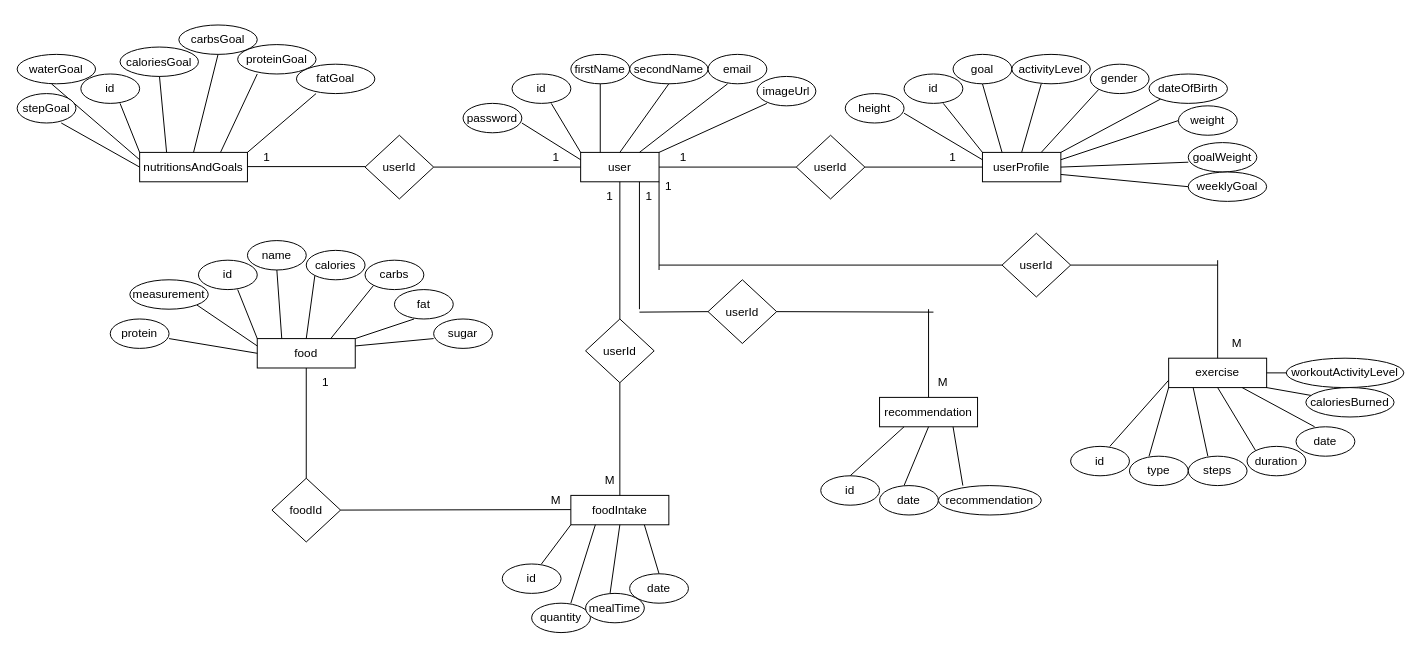
Above: dw_information/documentation_everything/ERD_HB.drawio in v-petrov/DW_HealthBody-Mind (draw.io), before the change. Source tidied: cells renumbered, new cells numbered last; positions are measured from the earlier drawing's top-left corner, leaving out a move shared by most shapes. Both pictures are drawn from the tidied source at 98%, with x=0, y=0 at pixel (17, 24).
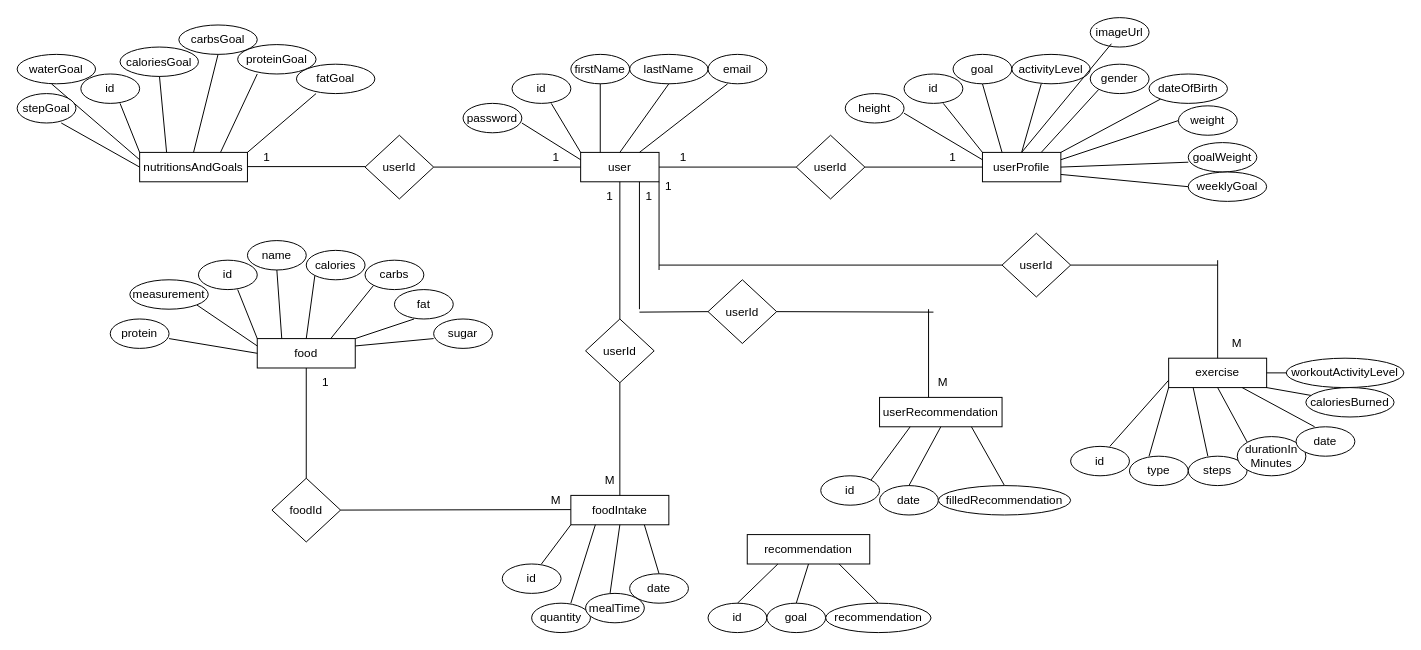
Above is the later version.

The change refers to these unchanged cells:
```xml
<mxCell id="2" value="user" style="rounded=0;whiteSpace=wrap;html=1;" parent="1" vertex="1">
  <mxGeometry x="575" y="130" width="80" height="30" as="geometry" />
</mxCell>
<mxCell id="13" value="userProfile" style="rounded=0;whiteSpace=wrap;html=1;" parent="1" vertex="1">
  <mxGeometry x="985" y="130" width="80" height="30" as="geometry" />
</mxCell>
<mxCell id="94" value="id" style="ellipse;whiteSpace=wrap;html=1;" parent="1" vertex="1">
  <mxGeometry x="820" y="460" width="60" height="30" as="geometry" />
</mxCell>
<mxCell id="96" value="date" style="ellipse;whiteSpace=wrap;html=1;" parent="1" vertex="1">
  <mxGeometry x="880" y="470" width="60" height="30" as="geometry" />
</mxCell>
<mxCell id="130" value="M" style="text;html=1;align=center;verticalAlign=middle;whiteSpace=wrap;rounded=0;" parent="1" vertex="1">
  <mxGeometry x="915" y="350" width="60" height="30" as="geometry" />
</mxCell>
```

Change to the diagram source:
```diff
@@
-    <mxCell id="7" value="secondName" style="ellipse;whiteSpace=wrap;html=1;" parent="1" vertex="1">
+    <mxCell id="7" value="lastName" style="ellipse;whiteSpace=wrap;html=1;" parent="1" vertex="1">
       <mxGeometry x="625" y="30" width="80" height="30" as="geometry" />
     </mxCell>
@@
-    <mxCell id="33" style="endArrow=none;html=1;rounded=0;exitX=1;exitY=0;exitDx=0;exitDy=0;" parent="1" edge="1" source="2">
-      <mxGeometry relative="1" as="geometry">
-        <mxPoint x="765" y="80" as="targetPoint" />
-      </mxGeometry>
-    </mxCell>
     <mxCell id="34" value="imageUrl" style="ellipse;whiteSpace=wrap;html=1;" parent="1" vertex="1">
-      <mxGeometry x="755" y="52.5" width="60" height="30" as="geometry" />
+      <mxGeometry x="1095" y="-7.5" width="60" height="30" as="geometry" />
     </mxCell>
@@
-    <mxCell id="87" value="recommendation" style="rounded=0;whiteSpace=wrap;html=1;" parent="1" vertex="1">
-      <mxGeometry x="880" y="380" width="100" height="30" as="geometry" />
+    <mxCell id="87" value="userRecommendation" style="rounded=0;whiteSpace=wrap;html=1;" parent="1" vertex="1">
+      <mxGeometry x="880" y="380" width="125" height="30" as="geometry" />
     </mxCell>
@@
-    <mxCell id="92" style="endArrow=none;html=1;rounded=0;exitX=0.5;exitY=0;exitDx=0;exitDy=0;" parent="1" edge="1" source="87">
+    <mxCell id="92" style="endArrow=none;html=1;rounded=0;exitX=0.25;exitY=1;exitDx=0;exitDy=0;" parent="1" edge="1" source="130">
       <mxGeometry relative="1" as="geometry">
         <mxPoint x="930" y="290" as="targetPoint" />
       </mxGeometry>
     </mxCell>
-    <mxCell id="93" style="endArrow=none;html=1;rounded=0;entryX=0.25;entryY=1;entryDx=0;entryDy=0;exitX=0.5;exitY=0;exitDx=0;exitDy=0;" parent="1" edge="1" source="94" target="87">
+    <mxCell id="93" style="endArrow=none;html=1;rounded=0;entryX=0.25;entryY=1;entryDx=0;entryDy=0;exitX=1;exitY=0;exitDx=0;exitDy=0;" parent="1" edge="1" source="94" target="87">
       <mxGeometry relative="1" as="geometry" />
     </mxCell>
@@
-    <mxCell id="95" style="endArrow=none;html=1;rounded=0;entryX=0.5;entryY=1;entryDx=0;entryDy=0;" parent="1" edge="1" target="87">
-      <mxGeometry relative="1" as="geometry">
-        <mxPoint x="905" y="470" as="sourcePoint" />
-      </mxGeometry>
+    <mxCell id="95" style="endArrow=none;html=1;rounded=0;entryX=0.5;entryY=1;entryDx=0;entryDy=0;exitX=0.5;exitY=0;exitDx=0;exitDy=0;" parent="1" edge="1" source="96" target="87">
+      <mxGeometry relative="1" as="geometry" />
     </mxCell>
@@
-    <mxCell id="97" style="endArrow=none;html=1;rounded=0;entryX=0.75;entryY=1;entryDx=0;entryDy=0;" parent="1" edge="1" target="87">
-      <mxGeometry relative="1" as="geometry">
-        <mxPoint x="965" y="470" as="sourcePoint" />
-      </mxGeometry>
+    <mxCell id="97" style="endArrow=none;html=1;rounded=0;entryX=0.75;entryY=1;entryDx=0;entryDy=0;exitX=0.5;exitY=0;exitDx=0;exitDy=0;" parent="1" edge="1" source="98" target="87">
+      <mxGeometry relative="1" as="geometry" />
     </mxCell>
-    <mxCell id="98" value="recommendation" style="ellipse;whiteSpace=wrap;html=1;" parent="1" vertex="1">
-      <mxGeometry x="940" y="470" width="105" height="30" as="geometry" />
+    <mxCell id="98" value="filledRecommendation" style="ellipse;whiteSpace=wrap;html=1;" parent="1" vertex="1">
+      <mxGeometry x="940" y="470" width="135" height="30" as="geometry" />
     </mxCell>
@@
-    <mxCell id="112" value="duration" style="ellipse;whiteSpace=wrap;html=1;" parent="1" vertex="1">
-      <mxGeometry x="1255" y="430" width="60" height="30" as="geometry" />
+    <mxCell id="112" value="durationIn&lt;div&gt;Minutes&lt;/div&gt;" style="ellipse;whiteSpace=wrap;html=1;" parent="1" vertex="1">
+      <mxGeometry x="1245" y="420" width="70" height="40" as="geometry" />
     </mxCell>
@@
+    <mxCell id="132" style="endArrow=none;html=1;rounded=0;exitX=0.5;exitY=0;exitDx=0;exitDy=0;entryX=0.36;entryY=0.888;entryDx=0;entryDy=0;entryPerimeter=0;" parent="1" edge="1" source="13" target="34">
+      <mxGeometry relative="1" as="geometry" />
+    </mxCell>
+    <mxCell id="133" value="recommendation" style="rounded=0;whiteSpace=wrap;html=1;" parent="1" vertex="1">
+      <mxGeometry x="745" y="520" width="125" height="30" as="geometry" />
+    </mxCell>
+    <mxCell id="134" value="id" style="ellipse;whiteSpace=wrap;html=1;" parent="1" vertex="1">
+      <mxGeometry x="705" y="590" width="60" height="30" as="geometry" />
+    </mxCell>
+    <mxCell id="135" value="goal" style="ellipse;whiteSpace=wrap;html=1;" parent="1" vertex="1">
+      <mxGeometry x="765" y="590" width="60" height="30" as="geometry" />
+    </mxCell>
+    <mxCell id="136" value="recommendation" style="ellipse;whiteSpace=wrap;html=1;" parent="1" vertex="1">
+      <mxGeometry x="825" y="590" width="107.5" height="30" as="geometry" />
+    </mxCell>
+    <mxCell id="137" style="endArrow=none;html=1;rounded=0;entryX=0.75;entryY=1;entryDx=0;entryDy=0;exitX=0.5;exitY=0;exitDx=0;exitDy=0;" parent="1" edge="1" source="136" target="133">
+      <mxGeometry relative="1" as="geometry" />
+    </mxCell>
+    <mxCell id="138" style="endArrow=none;html=1;rounded=0;entryX=0.25;entryY=1;entryDx=0;entryDy=0;exitX=0.5;exitY=0;exitDx=0;exitDy=0;" parent="1" edge="1" source="134" target="133">
+      <mxGeometry relative="1" as="geometry" />
+    </mxCell>
+    <mxCell id="139" style="endArrow=none;html=1;rounded=0;entryX=0.5;entryY=1;entryDx=0;entryDy=0;exitX=0.5;exitY=0;exitDx=0;exitDy=0;" parent="1" edge="1" source="135" target="133">
+      <mxGeometry relative="1" as="geometry" />
+    </mxCell>
```
